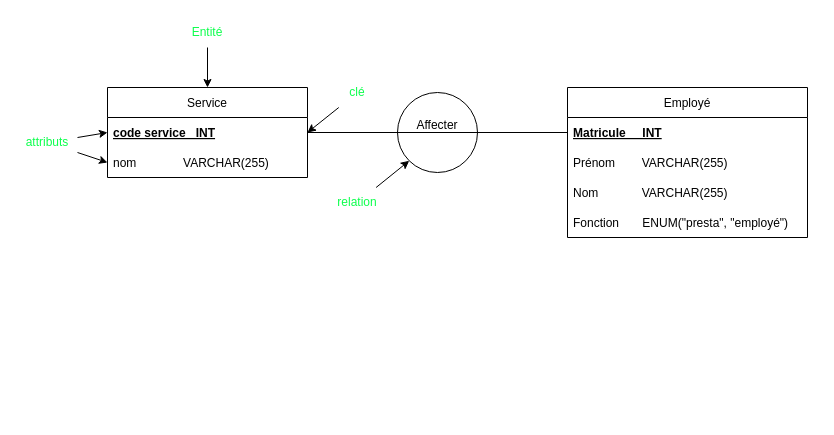
Before: jour1/04-mcd1.drawio in webdevproformation/conception-bdd-doranco-dec2022, a draw.io diagram. Source tidied: cells renumbered, new cells numbered last; positions are measured from the earlier drawing's top-left corner, leaving out a move shared by most shapes. Both pictures are drawn from the tidied source at 100%, with x=0, y=0 at pixel (17, 17).
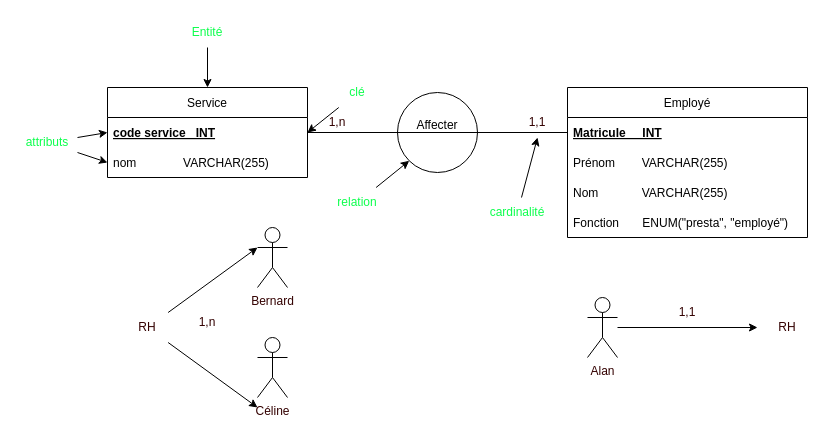
Above is the later version.

What changed in the source:
```diff
@@
+    <mxCell id="21" style="edgeStyle=none;html=1;fontColor=#330000;" parent="1" edge="1" source="22" target="23">
+      <mxGeometry relative="1" as="geometry" />
+    </mxCell>
+    <mxCell id="22" value="&lt;font color=&quot;#330000&quot;&gt;Alan&lt;/font&gt;" style="shape=umlActor;verticalLabelPosition=bottom;verticalAlign=top;html=1;outlineConnect=0;fontColor=#0DFF4D;" parent="1" vertex="1">
+      <mxGeometry x="570" y="280" width="30" height="60" as="geometry" />
+    </mxCell>
+    <mxCell id="23" value="RH" style="text;html=1;strokeColor=none;fillColor=none;align=center;verticalAlign=middle;whiteSpace=wrap;rounded=0;fontColor=#330000;" parent="1" vertex="1">
+      <mxGeometry x="740" y="295" width="60" height="30" as="geometry" />
+    </mxCell>
+    <mxCell id="24" value="1,1" style="text;html=1;strokeColor=none;fillColor=none;align=center;verticalAlign=middle;whiteSpace=wrap;rounded=0;fontColor=#330000;" parent="1" vertex="1">
+      <mxGeometry x="640" y="280" width="60" height="30" as="geometry" />
+    </mxCell>
+    <mxCell id="25" value="1,1" style="text;html=1;strokeColor=none;fillColor=none;align=center;verticalAlign=middle;whiteSpace=wrap;rounded=0;fontColor=#330000;" parent="1" vertex="1">
+      <mxGeometry x="490" y="90" width="60" height="30" as="geometry" />
+    </mxCell>
+    <mxCell id="26" style="edgeStyle=none;html=1;entryX=0;entryY=0.3333333333333333;entryDx=0;entryDy=0;entryPerimeter=0;fontColor=#330000;" parent="1" edge="1" source="28" target="29">
+      <mxGeometry relative="1" as="geometry" />
+    </mxCell>
+    <mxCell id="27" style="edgeStyle=none;html=1;fontColor=#330000;" parent="1" edge="1" source="28">
+      <mxGeometry relative="1" as="geometry">
+        <mxPoint x="240" y="390" as="targetPoint" />
+      </mxGeometry>
+    </mxCell>
+    <mxCell id="28" value="RH" style="text;html=1;strokeColor=none;fillColor=none;align=center;verticalAlign=middle;whiteSpace=wrap;rounded=0;fontColor=#330000;" parent="1" vertex="1">
+      <mxGeometry x="100" y="295" width="60" height="30" as="geometry" />
+    </mxCell>
+    <mxCell id="29" value="Bernard" style="shape=umlActor;verticalLabelPosition=bottom;verticalAlign=top;html=1;outlineConnect=0;fontColor=#330000;" parent="1" vertex="1">
+      <mxGeometry x="240" y="210" width="30" height="60" as="geometry" />
+    </mxCell>
+    <mxCell id="30" value="Céline" style="shape=umlActor;verticalLabelPosition=bottom;verticalAlign=top;html=1;fontColor=#330000;" parent="1" vertex="1">
+      <mxGeometry x="240" y="320" width="30" height="60" as="geometry" />
+    </mxCell>
+    <mxCell id="31" value="1,n" style="text;html=1;strokeColor=none;fillColor=none;align=center;verticalAlign=middle;whiteSpace=wrap;rounded=0;fontColor=#330000;" parent="1" vertex="1">
+      <mxGeometry x="160" y="290" width="60" height="30" as="geometry" />
+    </mxCell>
+    <mxCell id="32" value="1,n" style="text;html=1;strokeColor=none;fillColor=none;align=center;verticalAlign=middle;whiteSpace=wrap;rounded=0;fontColor=#330000;" parent="1" vertex="1">
+      <mxGeometry x="290" y="90" width="60" height="30" as="geometry" />
+    </mxCell>
+    <mxCell id="33" style="edgeStyle=none;html=1;entryX=0.5;entryY=1;entryDx=0;entryDy=0;fontColor=#330000;" parent="1" edge="1" source="34" target="25">
+      <mxGeometry relative="1" as="geometry" />
+    </mxCell>
+    <mxCell id="34" value="&lt;font color=&quot;#0dff4d&quot;&gt;cardinalité&lt;/font&gt;" style="text;html=1;strokeColor=none;fillColor=none;align=center;verticalAlign=middle;whiteSpace=wrap;rounded=0;" parent="1" vertex="1">
+      <mxGeometry x="470" y="180" width="60" height="30" as="geometry" />
+    </mxCell>
```
